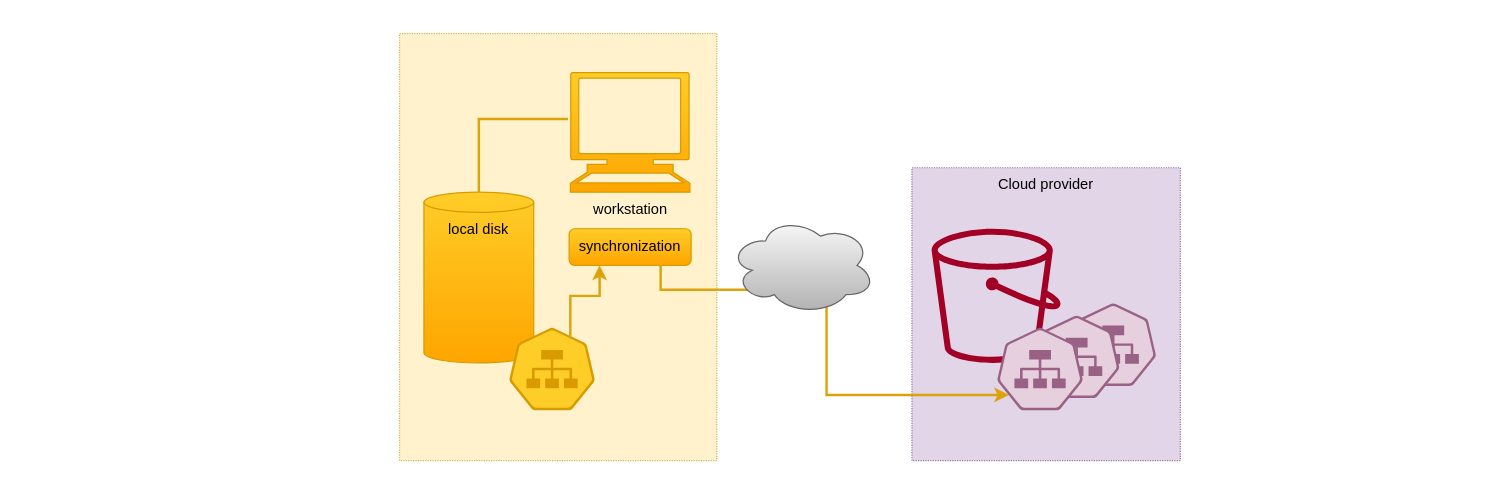
The draw.io diagram page "backup-obs" (2 of 2) of blog/data/assets/images/cabri-share-conf/diagrams.drawio in t-beigbeder/otvl_blog, before the edit. Source tidied: cells renumbered, new cells numbered last; positions are measured from the earlier drawing's top-left corner, leaving out a move shared by most shapes. Both pictures are drawn from the tidied source at 122%, with x=0, y=0 at pixel (21, 21).
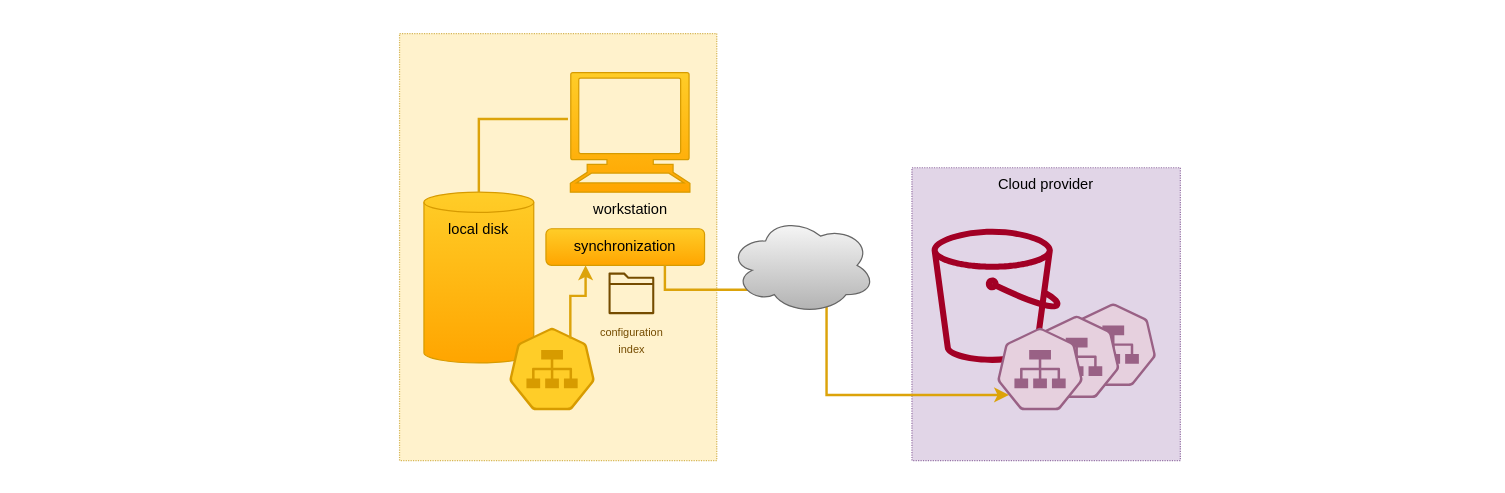
After the change.

The change refers to these unchanged cells:
```xml
<mxCell id="16" style="sketch=0;html=1;dashed=0;whitespace=wrap;fillColor=#e6d0de;strokeColor=#996185;points=[[0.005,0.63,0],[0.1,0.2,0],[0.9,0.2,0],[0.5,0,0],[0.995,0.63,0],[0.72,0.99,0],[0.5,1,0],[0.28,0.99,0]];verticalLabelPosition=bottom;align=center;verticalAlign=top;shape=mxgraph.kubernetes.icon;prIcon=svc;gradientColor=#d5739d;" parent="1" vertex="1">
  <mxGeometry x="800" y="250" width="70" height="70" as="geometry" />
</mxCell>
```

The edit, as a diff of the source:
```diff
@@
     <mxCell id="9" value="synchronization" style="rounded=1;whiteSpace=wrap;html=1;fillColor=#ffcd28;gradientColor=#ffa500;strokeColor=#d79b00;" parent="1" vertex="1">
-      <mxGeometry x="449" y="170" width="100" height="30" as="geometry" />
+      <mxGeometry x="430" y="170" width="130" height="30" as="geometry" />
     </mxCell>
@@
     <mxCell id="11" style="endArrow=classic;html=1;rounded=0;exitX=0.75;exitY=1;exitDx=0;exitDy=0;entryX=0.137;entryY=0.803;entryDx=0;entryDy=0;entryPerimeter=0;strokeColor=#dca30a;strokeWidth=2;endFill=1;edgeStyle=orthogonalEdgeStyle;" parent="1" edge="1" source="9" target="16">
       <mxGeometry relative="1" as="geometry">
         <Array as="points">
-          <mxPoint x="524" y="220" />
+          <mxPoint x="528" y="220" />
           <mxPoint x="660" y="220" />
           <mxPoint x="660" y="306" />
         </Array>
       </mxGeometry>
     </mxCell>
@@
+    <mxCell id="17" value="&lt;font style=&quot;font-size: 9px;&quot; color=&quot;#754c00&quot;&gt;configuration&lt;br&gt;index&lt;/font&gt;" style="sketch=0;fillColor=#754C00;strokeColor=#3700CC;dashed=0;verticalLabelPosition=bottom;verticalAlign=top;align=center;html=1;fontSize=12;fontStyle=0;shape=mxgraph.aws4.folder;strokeWidth=4;fontColor=#ffffff;" parent="1" vertex="1">
+      <mxGeometry x="481.3" y="205.9" width="37.5" height="34.1" as="geometry" />
+    </mxCell>
```
